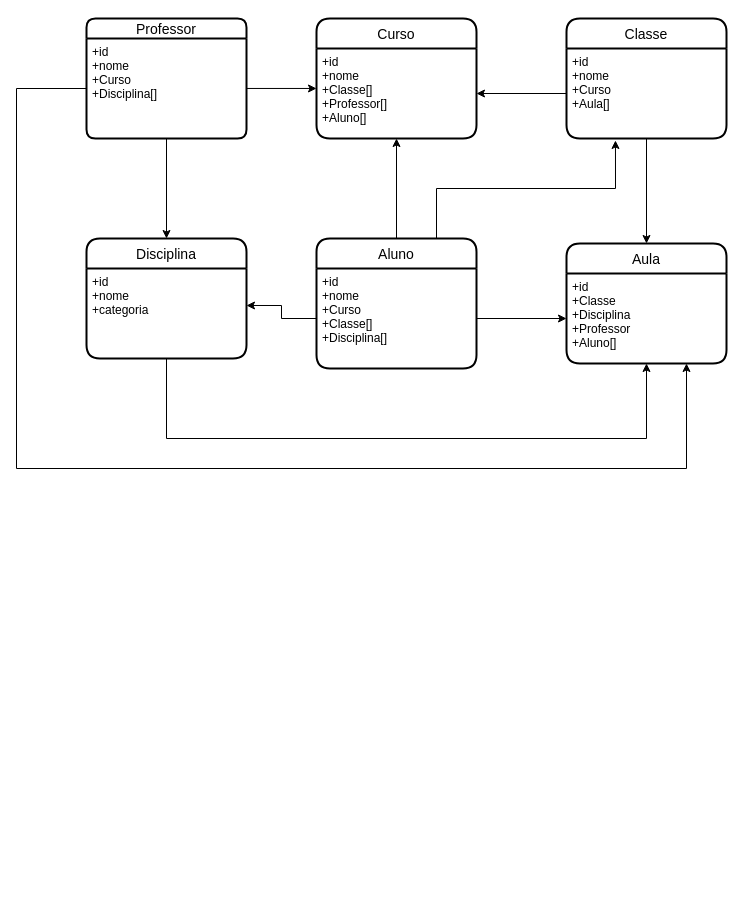
Earlier version of the draw.io diagram Diagrama sem nome.drawio (Leodf/clean-api). Source tidied: cells renumbered, new cells numbered last; positions are measured from the earlier drawing's top-left corner, leaving out a move shared by most shapes. Both pictures are drawn from the tidied source at 100%, with x=0, y=0 at pixel (16, 18).
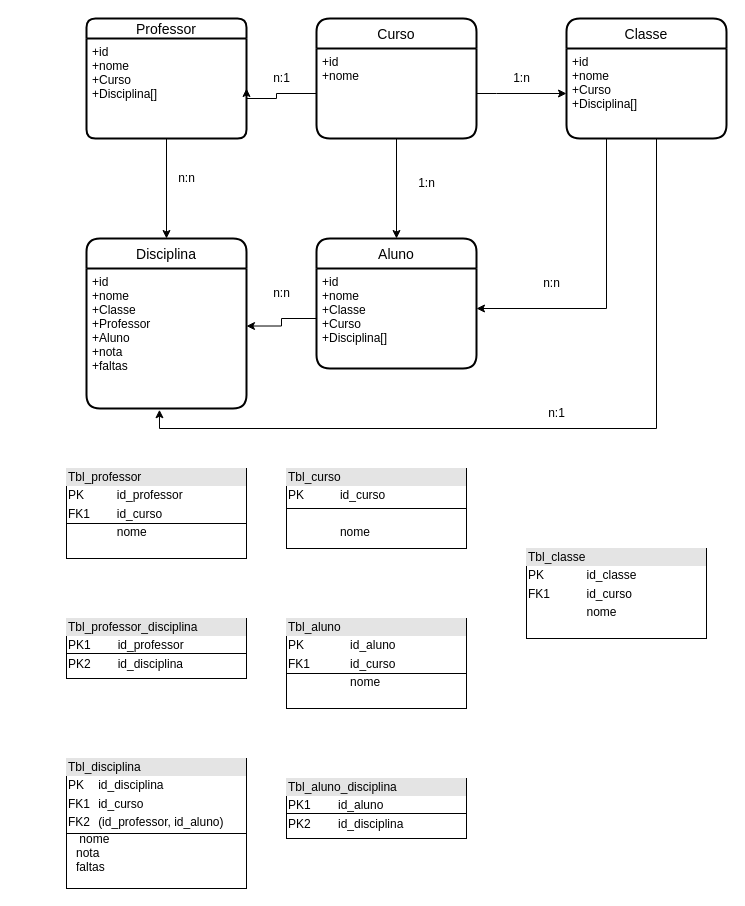
Above is the later version.

Unchanged cells that the change refers to:
```xml
<mxCell id="5" value="+id&#10;+nome&#10;+Curso&#10;+Disciplina[]" style="align=left;strokeColor=none;fillColor=none;spacingLeft=4;fontSize=12;verticalAlign=top;" parent="4" vertex="1">
  <mxGeometry y="20" width="160" height="100" as="geometry" />
</mxCell>
<mxCell id="6" value="Classe" style="swimlane;horizontal=1;startSize=30;rounded=1;fontSize=14;fontStyle=0;strokeWidth=2;shadow=0;dashed=0;align=center;" parent="1" vertex="1">
  <mxGeometry x="550" width="160" height="120" as="geometry" />
</mxCell>
<mxCell id="12" value="Aluno" style="swimlane;horizontal=1;startSize=30;rounded=1;fontSize=14;fontStyle=0;strokeWidth=2;shadow=0;dashed=0;align=center;" parent="1" vertex="1">
  <mxGeometry x="300" y="220" width="160" height="130" as="geometry" />
</mxCell>
<mxCell id="14" value="Curso" style="swimlane;horizontal=1;startSize=30;rounded=1;fontSize=14;fontStyle=0;strokeWidth=2;shadow=0;dashed=0;align=center;" parent="1" vertex="1">
  <mxGeometry x="300" width="160" height="120" as="geometry" />
</mxCell>
```

What changed in the source:
```diff
@@
-    <mxCell id="2" value="Aula" style="swimlane;horizontal=1;startSize=30;rounded=1;fontSize=14;fontStyle=0;strokeWidth=2;shadow=0;dashed=0;align=center;" parent="1" vertex="1">
-      <mxGeometry x="550" y="225" width="160" height="120" as="geometry" />
-    </mxCell>
-    <mxCell id="3" value="+id&#10;+Classe&#10;+Disciplina&#10;+Professor&#10;+Aluno[]" style="align=left;strokeColor=none;fillColor=none;spacingLeft=4;fontSize=12;verticalAlign=top;" parent="2" vertex="1">
-      <mxGeometry y="30" width="160" height="90" as="geometry" />
-    </mxCell>
@@
-    <mxCell id="7" value="+id&#10;+nome&#10;+Curso&#10;+Aula[]" style="align=left;strokeColor=none;fillColor=none;spacingLeft=4;fontSize=12;verticalAlign=top;" parent="6" vertex="1">
+    <mxCell id="7" value="+id&#10;+nome&#10;+Curso&#10;+Disciplina[]" style="align=left;strokeColor=none;fillColor=none;spacingLeft=4;fontSize=12;verticalAlign=top;" parent="6" vertex="1">
       <mxGeometry y="30" width="160" height="90" as="geometry" />
     </mxCell>
     <mxCell id="8" value="Disciplina" style="swimlane;horizontal=1;startSize=30;rounded=1;fontSize=14;fontStyle=0;strokeWidth=2;shadow=0;dashed=0;align=center;" parent="1" vertex="1">
-      <mxGeometry x="70" y="220" width="160" height="120" as="geometry" />
+      <mxGeometry x="70" y="220" width="160" height="170" as="geometry" />
     </mxCell>
-    <mxCell id="9" value="+id&#10;+nome&#10;+categoria" style="align=left;strokeColor=none;fillColor=none;spacingLeft=4;fontSize=12;verticalAlign=top;" parent="8" vertex="1">
-      <mxGeometry y="30" width="160" height="90" as="geometry" />
+    <mxCell id="9" value="+id&#10;+nome&#10;+Classe&#10;+Professor&#10;+Aluno&#10;+nota&#10;+faltas" style="align=left;strokeColor=none;fillColor=none;spacingLeft=4;fontSize=12;verticalAlign=top;" parent="8" vertex="1">
+      <mxGeometry y="30" width="160" height="140" as="geometry" />
     </mxCell>
-    <mxCell id="10" style="edgeStyle=orthogonalEdgeStyle;rounded=0;jettySize=auto;html=1;entryX=0.5;entryY=1;entryDx=0;entryDy=0;entryPerimeter=0;" parent="1" edge="1" source="12" target="15">
-      <mxGeometry relative="1" as="geometry" />
-    </mxCell>
-    <mxCell id="11" style="edgeStyle=orthogonalEdgeStyle;rounded=0;jettySize=auto;html=1;exitX=0.75;exitY=0;exitDx=0;exitDy=0;entryX=0.306;entryY=1.022;entryDx=0;entryDy=0;entryPerimeter=0;" parent="1" edge="1" source="12" target="7">
-      <mxGeometry relative="1" as="geometry" />
-    </mxCell>
@@
-    <mxCell id="13" value="+id&#10;+nome&#10;+Curso&#10;+Classe[]&#10;+Disciplina[]" style="align=left;strokeColor=none;fillColor=none;spacingLeft=4;fontSize=12;verticalAlign=top;" parent="12" vertex="1">
+    <mxCell id="13" value="+id&#10;+nome&#10;+Classe&#10;+Curso&#10;+Disciplina[]" style="align=left;strokeColor=none;fillColor=none;spacingLeft=4;fontSize=12;verticalAlign=top;" parent="12" vertex="1">
       <mxGeometry y="30" width="160" height="100" as="geometry" />
     </mxCell>
@@
-    <mxCell id="15" value="+id&#10;+nome&#10;+Classe[]&#10;+Professor[]&#10;+Aluno[]" style="align=left;strokeColor=none;fillColor=none;spacingLeft=4;fontSize=12;verticalAlign=top;" parent="14" vertex="1">
+    <mxCell id="15" value="+id&#10;+nome" style="align=left;strokeColor=none;fillColor=none;spacingLeft=4;fontSize=12;verticalAlign=top;" parent="14" vertex="1">
       <mxGeometry y="30" width="160" height="90" as="geometry" />
     </mxCell>
@@
-    <mxCell id="18" style="edgeStyle=orthogonalEdgeStyle;rounded=0;jettySize=auto;html=1;entryX=0.5;entryY=1;entryDx=0;entryDy=0;" parent="1" edge="1" source="9" target="3">
-      <mxGeometry relative="1" as="geometry">
-        <Array as="points">
-          <mxPoint x="150" y="420" />
-          <mxPoint x="630" y="420" />
-        </Array>
-      </mxGeometry>
-    </mxCell>
-    <mxCell id="19" style="edgeStyle=orthogonalEdgeStyle;rounded=0;jettySize=auto;html=1;entryX=0.75;entryY=1;entryDx=0;entryDy=0;" parent="1" edge="1" source="5" target="3">
-      <mxGeometry relative="1" as="geometry">
-        <Array as="points">
-          <mxPoint y="70" />
-          <mxPoint y="450" />
-          <mxPoint x="670" y="450" />
-        </Array>
-      </mxGeometry>
-    </mxCell>
-    <mxCell id="20" style="edgeStyle=orthogonalEdgeStyle;rounded=0;jettySize=auto;html=1;entryX=0;entryY=0.5;entryDx=0;entryDy=0;" parent="1" edge="1" source="13" target="3">
-      <mxGeometry relative="1" as="geometry" />
-    </mxCell>
-    <mxCell id="21" style="edgeStyle=orthogonalEdgeStyle;rounded=0;jettySize=auto;html=1;entryX=0.5;entryY=0;entryDx=0;entryDy=0;" parent="1" edge="1" source="7" target="2">
-      <mxGeometry relative="1" as="geometry" />
-    </mxCell>
-    <mxCell id="22" style="edgeStyle=orthogonalEdgeStyle;rounded=0;jettySize=auto;html=1;entryX=0;entryY=0.444;entryDx=0;entryDy=0;entryPerimeter=0;" parent="1" edge="1" source="5" target="15">
-      <mxGeometry relative="1" as="geometry" />
-    </mxCell>
-    <mxCell id="23" style="edgeStyle=orthogonalEdgeStyle;rounded=0;jettySize=auto;html=1;entryX=1;entryY=0.5;entryDx=0;entryDy=0;" parent="1" edge="1" source="7" target="15">
-      <mxGeometry relative="1" as="geometry" />
-    </mxCell>
+    <mxCell id="24" style="edgeStyle=orthogonalEdgeStyle;rounded=0;jettySize=auto;html=1;entryX=0.456;entryY=1.009;entryDx=0;entryDy=0;entryPerimeter=0;" parent="1" edge="1" source="7" target="9">
+      <mxGeometry relative="1" as="geometry">
+        <Array as="points">
+          <mxPoint x="640" y="410" />
+          <mxPoint x="143" y="410" />
+        </Array>
+      </mxGeometry>
+    </mxCell>
+    <mxCell id="25" style="edgeStyle=orthogonalEdgeStyle;rounded=0;jettySize=auto;html=1;entryX=0;entryY=0.5;entryDx=0;entryDy=0;" parent="1" edge="1" source="15" target="7">
+      <mxGeometry relative="1" as="geometry">
+        <Array as="points">
+          <mxPoint x="480" y="75" />
+          <mxPoint x="480" y="75" />
+        </Array>
+      </mxGeometry>
+    </mxCell>
+    <mxCell id="26" style="edgeStyle=orthogonalEdgeStyle;rounded=0;jettySize=auto;html=1;entryX=1;entryY=0.5;entryDx=0;entryDy=0;" parent="1" edge="1" source="15" target="5">
+      <mxGeometry relative="1" as="geometry">
+        <Array as="points">
+          <mxPoint x="260" y="75" />
+          <mxPoint x="260" y="80" />
+          <mxPoint x="230" y="80" />
+        </Array>
+      </mxGeometry>
+    </mxCell>
+    <mxCell id="27" style="edgeStyle=orthogonalEdgeStyle;rounded=0;jettySize=auto;html=1;" parent="1" edge="1" source="15" target="12">
+      <mxGeometry relative="1" as="geometry" />
+    </mxCell>
+    <mxCell id="28" style="edgeStyle=orthogonalEdgeStyle;rounded=0;jettySize=auto;html=1;exitX=0.25;exitY=1;exitDx=0;exitDy=0;" parent="1" edge="1" source="7" target="13">
+      <mxGeometry relative="1" as="geometry">
+        <Array as="points">
+          <mxPoint x="590" y="290" />
+        </Array>
+      </mxGeometry>
+    </mxCell>
+    <mxCell id="29" value="1:n" style="text;html=1;align=center;verticalAlign=middle;strokeColor=none;fillColor=none;" parent="1" vertex="1">
+      <mxGeometry x="485" y="45" width="40" height="30" as="geometry" />
+    </mxCell>
+    <mxCell id="30" value="n:1" style="text;html=1;align=center;verticalAlign=middle;strokeColor=none;fillColor=none;" parent="1" vertex="1">
+      <mxGeometry x="245" y="45" width="40" height="30" as="geometry" />
+    </mxCell>
+    <mxCell id="31" value="n:n" style="text;html=1;align=center;verticalAlign=middle;strokeColor=none;fillColor=none;" parent="1" vertex="1">
+      <mxGeometry x="150" y="145" width="40" height="30" as="geometry" />
+    </mxCell>
+    <mxCell id="32" value="1:n" style="text;html=1;align=center;verticalAlign=middle;strokeColor=none;fillColor=none;" parent="1" vertex="1">
+      <mxGeometry x="390" y="150" width="40" height="30" as="geometry" />
+    </mxCell>
+    <mxCell id="33" value="n:1" style="text;html=1;align=center;verticalAlign=middle;strokeColor=none;fillColor=none;" parent="1" vertex="1">
+      <mxGeometry x="520" y="380" width="40" height="30" as="geometry" />
+    </mxCell>
+    <mxCell id="34" value="n:n" style="text;html=1;align=center;verticalAlign=middle;strokeColor=none;fillColor=none;" parent="1" vertex="1">
+      <mxGeometry x="245" y="260" width="40" height="30" as="geometry" />
+    </mxCell>
+    <mxCell id="35" value="n:n" style="text;html=1;align=center;verticalAlign=middle;strokeColor=none;fillColor=none;" parent="1" vertex="1">
+      <mxGeometry x="515" y="250" width="40" height="30" as="geometry" />
+    </mxCell>
+    <mxCell id="36" value="&lt;div style=&quot;box-sizing:border-box;width:100%;background:#e4e4e4;padding:2px;&quot;&gt;Tbl_professor&lt;/div&gt;&lt;table style=&quot;width:100%;font-size:1em;&quot; cellpadding=&quot;2&quot; cellspacing=&quot;0&quot;&gt;&lt;tbody&gt;&lt;tr&gt;&lt;td&gt;PK&lt;/td&gt;&lt;td&gt;id_professor&lt;/td&gt;&lt;/tr&gt;&lt;tr&gt;&lt;td&gt;FK1&lt;/td&gt;&lt;td&gt;id_curso&lt;/td&gt;&lt;/tr&gt;&lt;tr&gt;&lt;td&gt;&lt;/td&gt;&lt;td&gt;nome&lt;/td&gt;&lt;/tr&gt;&lt;/tbody&gt;&lt;/table&gt;" style="verticalAlign=top;align=left;overflow=fill;html=1;" parent="1" vertex="1">
+      <mxGeometry x="50" y="450" width="180" height="90" as="geometry" />
+    </mxCell>
+    <mxCell id="37" value="&lt;div style=&quot;box-sizing:border-box;width:100%;background:#e4e4e4;padding:2px;&quot;&gt;Tbl_disciplina&lt;/div&gt;&lt;table style=&quot;width:100%;font-size:1em;&quot; cellpadding=&quot;2&quot; cellspacing=&quot;0&quot;&gt;&lt;tbody&gt;&lt;tr&gt;&lt;td&gt;PK&lt;/td&gt;&lt;td&gt;id_disciplina&lt;/td&gt;&lt;/tr&gt;&lt;tr&gt;&lt;td&gt;FK1&lt;/td&gt;&lt;td&gt;id_curso&lt;/td&gt;&lt;/tr&gt;&lt;tr&gt;&lt;td&gt;FK2&lt;/td&gt;&lt;td&gt;(id_professor, id_aluno)&lt;br&gt;&lt;/td&gt;&lt;/tr&gt;&lt;/tbody&gt;&lt;/table&gt;&amp;nbsp;&lt;span style=&quot;white-space: pre;&quot;&gt; &lt;/span&gt;&amp;nbsp;&amp;nbsp;nome&lt;br&gt;&lt;span style=&quot;white-space: pre;&quot;&gt; &lt;/span&gt;&amp;nbsp; nota&lt;br&gt;&lt;span style=&quot;white-space: pre;&quot;&gt; &lt;/span&gt;&amp;nbsp; faltas&lt;br&gt;&lt;span style=&quot;white-space: pre;&quot;&gt; &lt;/span&gt;&amp;nbsp;&amp;nbsp;" style="verticalAlign=top;align=left;overflow=fill;html=1;" parent="1" vertex="1">
+      <mxGeometry x="50" y="740" width="180" height="130" as="geometry" />
+    </mxCell>
+    <mxCell id="38" value="&lt;div style=&quot;box-sizing:border-box;width:100%;background:#e4e4e4;padding:2px;&quot;&gt;Tbl_professor_disciplina&lt;/div&gt;&lt;table style=&quot;width:100%;font-size:1em;&quot; cellpadding=&quot;2&quot; cellspacing=&quot;0&quot;&gt;&lt;tbody&gt;&lt;tr&gt;&lt;td&gt;PK1&lt;/td&gt;&lt;td&gt;id_professor&lt;/td&gt;&lt;/tr&gt;&lt;tr&gt;&lt;td&gt;PK2&lt;/td&gt;&lt;td&gt;id_disciplina&lt;/td&gt;&lt;/tr&gt;&lt;tr&gt;&lt;td&gt;&lt;/td&gt;&lt;td&gt;&lt;br&gt;&lt;/td&gt;&lt;/tr&gt;&lt;/tbody&gt;&lt;/table&gt;" style="verticalAlign=top;align=left;overflow=fill;html=1;" parent="1" vertex="1">
+      <mxGeometry x="50" y="600" width="180" height="60" as="geometry" />
+    </mxCell>
+    <mxCell id="39" value="&lt;div style=&quot;box-sizing:border-box;width:100%;background:#e4e4e4;padding:2px;&quot;&gt;Tbl_aluno_disciplina&lt;/div&gt;&lt;table style=&quot;width:100%;font-size:1em;&quot; cellpadding=&quot;2&quot; cellspacing=&quot;0&quot;&gt;&lt;tbody&gt;&lt;tr&gt;&lt;td&gt;PK1&lt;/td&gt;&lt;td&gt;id_aluno&lt;/td&gt;&lt;/tr&gt;&lt;tr&gt;&lt;td&gt;PK2&lt;/td&gt;&lt;td&gt;id_disciplina&lt;/td&gt;&lt;/tr&gt;&lt;tr&gt;&lt;td&gt;&lt;/td&gt;&lt;td&gt;&lt;br&gt;&lt;/td&gt;&lt;/tr&gt;&lt;/tbody&gt;&lt;/table&gt;" style="verticalAlign=top;align=left;overflow=fill;html=1;" parent="1" vertex="1">
+      <mxGeometry x="270" y="760" width="180" height="60" as="geometry" />
+    </mxCell>
+    <mxCell id="40" value="&lt;div style=&quot;box-sizing:border-box;width:100%;background:#e4e4e4;padding:2px;&quot;&gt;Tbl_aluno&lt;/div&gt;&lt;table style=&quot;width:100%;font-size:1em;&quot; cellpadding=&quot;2&quot; cellspacing=&quot;0&quot;&gt;&lt;tbody&gt;&lt;tr&gt;&lt;td&gt;PK&lt;/td&gt;&lt;td&gt;id_aluno&lt;/td&gt;&lt;/tr&gt;&lt;tr&gt;&lt;td&gt;FK1&lt;/td&gt;&lt;td&gt;id_curso&lt;/td&gt;&lt;/tr&gt;&lt;tr&gt;&lt;td&gt;&lt;/td&gt;&lt;td&gt;nome&lt;/td&gt;&lt;/tr&gt;&lt;/tbody&gt;&lt;/table&gt;" style="verticalAlign=top;align=left;overflow=fill;html=1;" parent="1" vertex="1">
+      <mxGeometry x="270" y="600" width="180" height="90" as="geometry" />
+    </mxCell>
+    <mxCell id="41" style="line;strokeWidth=1;fillColor=none;align=left;verticalAlign=middle;spacingTop=-1;spacingLeft=3;spacingRight=3;labelPosition=right;strokeColor=inherit;" parent="1" vertex="1">
+      <mxGeometry x="270" y="650" width="180" height="10" as="geometry" />
+    </mxCell>
+    <mxCell id="42" style="line;strokeWidth=1;fillColor=none;align=left;verticalAlign=middle;spacingTop=-1;spacingLeft=3;spacingRight=3;labelPosition=right;strokeColor=inherit;" parent="1" vertex="1">
+      <mxGeometry x="50" y="630" width="180" height="10" as="geometry" />
+    </mxCell>
+    <mxCell id="43" style="line;strokeWidth=1;fillColor=none;align=left;verticalAlign=middle;spacingTop=-1;spacingLeft=3;spacingRight=3;labelPosition=right;strokeColor=inherit;" parent="1" vertex="1">
+      <mxGeometry x="270" y="790" width="180" height="10" as="geometry" />
+    </mxCell>
+    <mxCell id="44" style="line;strokeWidth=1;fillColor=none;align=left;verticalAlign=middle;spacingTop=-1;spacingLeft=3;spacingRight=3;labelPosition=right;strokeColor=inherit;" parent="1" vertex="1">
+      <mxGeometry x="50" y="810" width="180" height="10" as="geometry" />
+    </mxCell>
+    <mxCell id="45" style="line;strokeWidth=1;fillColor=none;align=left;verticalAlign=middle;spacingTop=-1;spacingLeft=3;spacingRight=3;labelPosition=right;strokeColor=inherit;" parent="1" vertex="1">
+      <mxGeometry x="50" y="500" width="180" height="10" as="geometry" />
+    </mxCell>
+    <mxCell id="46" value="&lt;div style=&quot;box-sizing:border-box;width:100%;background:#e4e4e4;padding:2px;&quot;&gt;Tbl_curso&lt;/div&gt;&lt;table style=&quot;width:100%;font-size:1em;&quot; cellpadding=&quot;2&quot; cellspacing=&quot;0&quot;&gt;&lt;tbody&gt;&lt;tr&gt;&lt;td&gt;PK&lt;/td&gt;&lt;td&gt;id_curso&lt;/td&gt;&lt;/tr&gt;&lt;tr&gt;&lt;td&gt;&lt;br&gt;&lt;/td&gt;&lt;td&gt;&lt;br&gt;&lt;/td&gt;&lt;/tr&gt;&lt;tr&gt;&lt;td&gt;&lt;/td&gt;&lt;td&gt;nome&lt;/td&gt;&lt;/tr&gt;&lt;/tbody&gt;&lt;/table&gt;" style="verticalAlign=top;align=left;overflow=fill;html=1;" parent="1" vertex="1">
+      <mxGeometry x="270" y="450" width="180" height="80" as="geometry" />
+    </mxCell>
+    <mxCell id="47" style="line;strokeWidth=1;fillColor=none;align=left;verticalAlign=middle;spacingTop=-1;spacingLeft=3;spacingRight=3;labelPosition=right;strokeColor=inherit;" parent="1" vertex="1">
+      <mxGeometry x="270" y="485" width="180" height="10" as="geometry" />
+    </mxCell>
+    <mxCell id="48" value="&lt;div style=&quot;box-sizing:border-box;width:100%;background:#e4e4e4;padding:2px;&quot;&gt;Tbl_classe&lt;/div&gt;&lt;table style=&quot;width:100%;font-size:1em;&quot; cellpadding=&quot;2&quot; cellspacing=&quot;0&quot;&gt;&lt;tbody&gt;&lt;tr&gt;&lt;td&gt;PK&lt;/td&gt;&lt;td&gt;id_classe&lt;/td&gt;&lt;/tr&gt;&lt;tr&gt;&lt;td&gt;FK1&lt;/td&gt;&lt;td&gt;id_curso&lt;/td&gt;&lt;/tr&gt;&lt;tr&gt;&lt;td&gt;&lt;/td&gt;&lt;td&gt;nome&lt;/td&gt;&lt;/tr&gt;&lt;/tbody&gt;&lt;/table&gt;" style="verticalAlign=top;align=left;overflow=fill;html=1;" parent="1" vertex="1">
+      <mxGeometry x="510" y="530" width="180" height="90" as="geometry" />
+    </mxCell>
```
